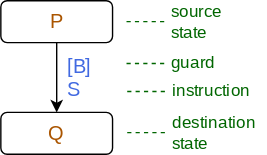
Above: content/01 On Algorithms/img/Transition.svg in emilsekerinski/ictac2024tutorial (draw.io), before the change. Source tidied: cells renumbered, new cells last; positions are measured from the earlier drawing's top-left corner, leaving out a move shared by most shapes.
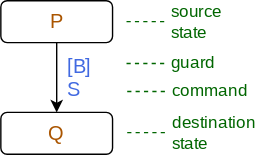
Above is the later version.

Change to the diagram source:
```diff
@@ -46,7 +46,7 @@
         <mxPoint x="87.5" y="65" as="targetPoint" />
       </mxGeometry>
     </mxCell>
-    <mxCell id="13" value="instruction" style="text;html=1;strokeColor=none;fillColor=none;align=left;verticalAlign=middle;whiteSpace=wrap;fontSize=12;fontColor=#006600;fontFamily=Noto Sans;" parent="1" vertex="1">
+    <mxCell id="13" value="command" style="text;html=1;strokeColor=none;fillColor=none;align=left;verticalAlign=middle;whiteSpace=wrap;fontSize=12;fontColor=#006600;fontFamily=Noto Sans;" parent="1" vertex="1">
       <mxGeometry x="120.5" y="55" width="70" height="20" as="geometry" />
     </mxCell>
   </root>
```
